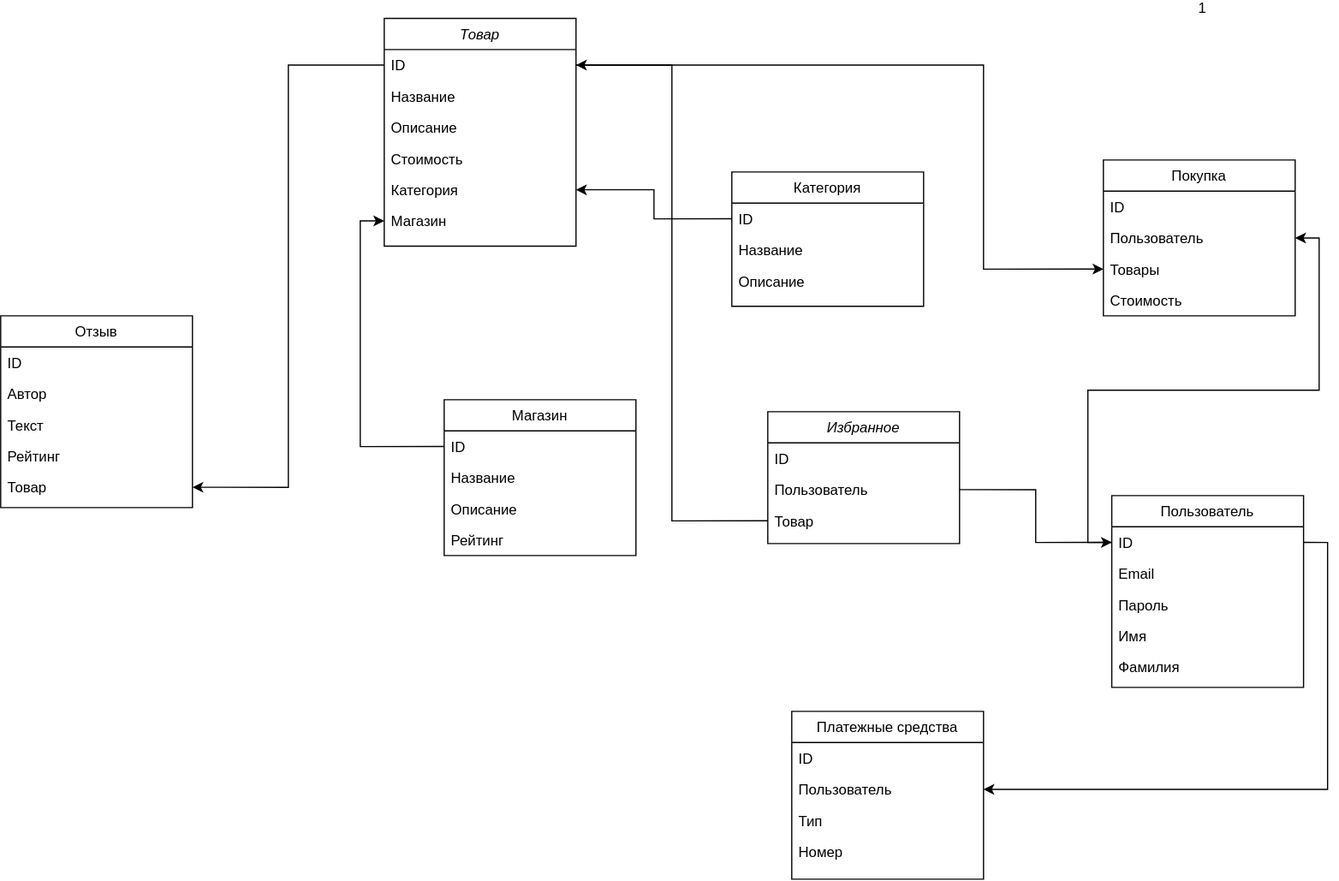
The draw.io diagram img/db_log.svg in 23-yo-designer-from-san-francisco/highload_aliexpress, before a commit. Source tidied: cells renumbered, new cells last; positions are measured from the earlier drawing's top-left corner, leaving out a move shared by most shapes. The source it was exported from:
```xml
<mxGraphModel>
  <root>
    <mxCell id="0" />
    <mxCell id="1" parent="0" />
    <mxCell id="2" value="Товар" style="swimlane;fontStyle=2;align=center;verticalAlign=top;horizontal=1;startSize=26;rounded=0;shadow=0;strokeWidth=1;" parent="1" vertex="1">
      <mxGeometry x="320" y="-0.2" width="160" height="190" as="geometry" />
    </mxCell>
    <mxCell id="3" value="ID" style="text;align=left;verticalAlign=top;spacingLeft=4;spacingRight=4;overflow=hidden;points=[[0,0.5],[1,0.5]];portConstraint=eastwest;" parent="2" vertex="1">
      <mxGeometry y="26" width="160" height="26" as="geometry" />
    </mxCell>
    <mxCell id="4" value="Название" style="text;align=left;verticalAlign=top;spacingLeft=4;spacingRight=4;overflow=hidden;rounded=0;shadow=0;html=0;" parent="2" vertex="1">
      <mxGeometry y="52" width="160" height="26" as="geometry" />
    </mxCell>
    <mxCell id="5" value="Описание" style="text;align=left;verticalAlign=top;spacingLeft=4;spacingRight=4;overflow=hidden;rounded=0;shadow=0;html=0;" parent="2" vertex="1">
      <mxGeometry y="78" width="160" height="26" as="geometry" />
    </mxCell>
    <mxCell id="6" value="Стоимость" style="text;align=left;verticalAlign=top;spacingLeft=4;spacingRight=4;overflow=hidden;rounded=0;shadow=0;html=0;" parent="2" vertex="1">
      <mxGeometry y="104" width="160" height="26" as="geometry" />
    </mxCell>
    <mxCell id="7" value="Категория" style="text;align=left;verticalAlign=top;spacingLeft=4;spacingRight=4;overflow=hidden;points=[[0,0.5],[1,0.5]];portConstraint=eastwest;rounded=0;shadow=0;html=0;" parent="2" vertex="1">
      <mxGeometry y="130" width="160" height="26" as="geometry" />
    </mxCell>
    <mxCell id="8" value="Магазин" style="text;align=left;verticalAlign=top;spacingLeft=4;spacingRight=4;overflow=hidden;points=[[0,0.5],[1,0.5]];portConstraint=eastwest;rounded=0;shadow=0;html=0;" parent="2" vertex="1">
      <mxGeometry y="156" width="160" height="26" as="geometry" />
    </mxCell>
    <mxCell id="9" value="Отзыв" style="swimlane;fontStyle=0;align=center;verticalAlign=top;horizontal=1;startSize=26;rounded=0;shadow=0;strokeWidth=1;" parent="1" vertex="1">
      <mxGeometry y="248" width="160" height="160" as="geometry" />
    </mxCell>
    <mxCell id="10" value="ID" style="text;align=left;verticalAlign=top;spacingLeft=4;spacingRight=4;overflow=hidden;" parent="9" vertex="1">
      <mxGeometry y="26" width="160" height="26" as="geometry" />
    </mxCell>
    <mxCell id="11" value="Автор" style="text;align=left;verticalAlign=top;spacingLeft=4;spacingRight=4;overflow=hidden;rounded=0;shadow=0;html=0;" parent="9" vertex="1">
      <mxGeometry y="52" width="160" height="26" as="geometry" />
    </mxCell>
    <mxCell id="12" value="Текст" style="text;align=left;verticalAlign=top;spacingLeft=4;spacingRight=4;overflow=hidden;rounded=0;shadow=0;html=0;" parent="9" vertex="1">
      <mxGeometry y="78" width="160" height="26" as="geometry" />
    </mxCell>
    <mxCell id="13" value="Рейтинг" style="text;align=left;verticalAlign=top;spacingLeft=4;spacingRight=4;overflow=hidden;rounded=0;shadow=0;html=0;" parent="9" vertex="1">
      <mxGeometry y="104" width="160" height="26" as="geometry" />
    </mxCell>
    <mxCell id="14" value="Товар" style="text;align=left;verticalAlign=top;spacingLeft=4;spacingRight=4;overflow=hidden;points=[[0,0.5],[1,0.5]];portConstraint=eastwest;rounded=0;shadow=0;html=0;" parent="9" vertex="1">
      <mxGeometry y="130" width="160" height="26" as="geometry" />
    </mxCell>
    <mxCell id="15" value="Категория" style="swimlane;fontStyle=0;align=center;verticalAlign=top;horizontal=1;startSize=26;rounded=0;shadow=0;strokeWidth=1;" parent="1" vertex="1">
      <mxGeometry x="610" y="128" width="160" height="112" as="geometry" />
    </mxCell>
    <mxCell id="16" value="ID" style="text;align=left;verticalAlign=top;spacingLeft=4;spacingRight=4;overflow=hidden;points=[[0,0.5],[1,0.5]];portConstraint=eastwest;" parent="15" vertex="1">
      <mxGeometry y="26" width="160" height="26" as="geometry" />
    </mxCell>
    <mxCell id="17" value="Название" style="text;align=left;verticalAlign=top;spacingLeft=4;spacingRight=4;overflow=hidden;" parent="15" vertex="1">
      <mxGeometry y="52" width="160" height="26" as="geometry" />
    </mxCell>
    <mxCell id="18" value="Описание" style="text;align=left;verticalAlign=top;spacingLeft=4;spacingRight=4;overflow=hidden;" parent="15" vertex="1">
      <mxGeometry y="78" width="160" height="26" as="geometry" />
    </mxCell>
    <mxCell id="19" value="Пользователь" style="swimlane;fontStyle=0;align=center;verticalAlign=top;horizontal=1;startSize=26;rounded=0;shadow=0;strokeWidth=1;" parent="1" vertex="1">
      <mxGeometry x="927" y="398" width="160" height="160" as="geometry" />
    </mxCell>
    <mxCell id="20" value="ID" style="text;align=left;verticalAlign=top;spacingLeft=4;spacingRight=4;overflow=hidden;points=[[0,0.5],[1,0.5]];portConstraint=eastwest;" parent="19" vertex="1">
      <mxGeometry y="26" width="160" height="26" as="geometry" />
    </mxCell>
    <mxCell id="21" value="Email" style="text;align=left;verticalAlign=top;spacingLeft=4;spacingRight=4;overflow=hidden;" parent="19" vertex="1">
      <mxGeometry y="52" width="160" height="26" as="geometry" />
    </mxCell>
    <mxCell id="22" value="Пароль" style="text;align=left;verticalAlign=top;spacingLeft=4;spacingRight=4;overflow=hidden;" parent="19" vertex="1">
      <mxGeometry y="78" width="160" height="26" as="geometry" />
    </mxCell>
    <mxCell id="23" value="Имя" style="text;align=left;verticalAlign=top;spacingLeft=4;spacingRight=4;overflow=hidden;" parent="19" vertex="1">
      <mxGeometry y="104" width="160" height="26" as="geometry" />
    </mxCell>
    <mxCell id="24" value="Фамилия" style="text;align=left;verticalAlign=top;spacingLeft=4;spacingRight=4;overflow=hidden;" parent="19" vertex="1">
      <mxGeometry y="130" width="160" height="26" as="geometry" />
    </mxCell>
    <mxCell id="25" value="Платежные средства" style="swimlane;fontStyle=0;align=center;verticalAlign=top;horizontal=1;startSize=26;rounded=0;shadow=0;strokeWidth=1;" parent="1" vertex="1">
      <mxGeometry x="660" y="578" width="160" height="140" as="geometry" />
    </mxCell>
    <mxCell id="26" value="ID" style="text;align=left;verticalAlign=top;spacingLeft=4;spacingRight=4;overflow=hidden;" parent="25" vertex="1">
      <mxGeometry y="26" width="160" height="26" as="geometry" />
    </mxCell>
    <mxCell id="27" value="Пользователь" style="text;align=left;verticalAlign=top;spacingLeft=4;spacingRight=4;overflow=hidden;points=[[0,0.5],[1,0.5]];portConstraint=eastwest;" parent="25" vertex="1">
      <mxGeometry y="52" width="160" height="26" as="geometry" />
    </mxCell>
    <mxCell id="28" value="Тип" style="text;align=left;verticalAlign=top;spacingLeft=4;spacingRight=4;overflow=hidden;" parent="25" vertex="1">
      <mxGeometry y="78" width="160" height="26" as="geometry" />
    </mxCell>
    <mxCell id="29" value="Номер" style="text;align=left;verticalAlign=top;spacingLeft=4;spacingRight=4;overflow=hidden;" parent="25" vertex="1">
      <mxGeometry y="104" width="160" height="26" as="geometry" />
    </mxCell>
    <mxCell id="30" value="1" style="align=right;verticalAlign=bottom;labelBackgroundColor=none;fontSize=12;" parent="1" vertex="1">
      <mxGeometry x="1007" y="-0.2" as="geometry" />
    </mxCell>
    <mxCell id="31" value="Магазин" style="swimlane;fontStyle=0;align=center;verticalAlign=top;horizontal=1;startSize=26;rounded=0;shadow=0;strokeWidth=1;" parent="1" vertex="1">
      <mxGeometry x="370" y="318" width="160" height="130" as="geometry" />
    </mxCell>
    <mxCell id="32" value="ID" style="text;align=left;verticalAlign=top;spacingLeft=4;spacingRight=4;overflow=hidden;points=[[0,0.5],[1,0.5]];portConstraint=eastwest;" parent="31" vertex="1">
      <mxGeometry y="26" width="160" height="26" as="geometry" />
    </mxCell>
    <mxCell id="33" value="Название" style="text;align=left;verticalAlign=top;spacingLeft=4;spacingRight=4;overflow=hidden;rounded=0;shadow=0;html=0;" parent="31" vertex="1">
      <mxGeometry y="52" width="160" height="26" as="geometry" />
    </mxCell>
    <mxCell id="34" value="Описание" style="text;align=left;verticalAlign=top;spacingLeft=4;spacingRight=4;overflow=hidden;rounded=0;shadow=0;html=0;" parent="31" vertex="1">
      <mxGeometry y="78" width="160" height="26" as="geometry" />
    </mxCell>
    <mxCell id="35" value="Рейтинг" style="text;align=left;verticalAlign=top;spacingLeft=4;spacingRight=4;overflow=hidden;rounded=0;shadow=0;html=0;" parent="31" vertex="1">
      <mxGeometry y="104" width="160" height="26" as="geometry" />
    </mxCell>
    <mxCell id="36" style="edgeStyle=orthogonalEdgeStyle;rounded=0;jettySize=auto;html=1;exitX=0;exitY=0.5;exitDx=0;exitDy=0;entryX=0;entryY=0.5;entryDx=0;entryDy=0;" parent="1" edge="1" source="32" target="8">
      <mxGeometry relative="1" as="geometry" />
    </mxCell>
    <mxCell id="37" style="edgeStyle=orthogonalEdgeStyle;rounded=0;jettySize=auto;html=1;exitX=0;exitY=0.5;exitDx=0;exitDy=0;entryX=1;entryY=0.5;entryDx=0;entryDy=0;" parent="1" edge="1" source="3" target="14">
      <mxGeometry relative="1" as="geometry" />
    </mxCell>
    <mxCell id="38" style="edgeStyle=orthogonalEdgeStyle;rounded=0;jettySize=auto;html=1;exitX=0;exitY=0.5;exitDx=0;exitDy=0;entryX=1;entryY=0.5;entryDx=0;entryDy=0;" parent="1" edge="1" source="16" target="7">
      <mxGeometry relative="1" as="geometry" />
    </mxCell>
    <mxCell id="39" value="Покупка" style="swimlane;fontStyle=0;align=center;verticalAlign=top;horizontal=1;startSize=26;rounded=0;shadow=0;strokeWidth=1;" parent="1" vertex="1">
      <mxGeometry x="920" y="118" width="160" height="130" as="geometry" />
    </mxCell>
    <mxCell id="40" value="ID" style="text;align=left;verticalAlign=top;spacingLeft=4;spacingRight=4;overflow=hidden;" parent="39" vertex="1">
      <mxGeometry y="26" width="160" height="26" as="geometry" />
    </mxCell>
    <mxCell id="41" value="Пользователь" style="text;align=left;verticalAlign=top;spacingLeft=4;spacingRight=4;overflow=hidden;points=[[0,0.5],[1,0.5]];portConstraint=eastwest;" parent="39" vertex="1">
      <mxGeometry y="52" width="160" height="26" as="geometry" />
    </mxCell>
    <mxCell id="42" value="Товары" style="text;align=left;verticalAlign=top;spacingLeft=4;spacingRight=4;overflow=hidden;points=[[0,0.5],[1,0.5]];portConstraint=eastwest;" parent="39" vertex="1">
      <mxGeometry y="78" width="160" height="26" as="geometry" />
    </mxCell>
    <mxCell id="43" value="Стоимость" style="text;align=left;verticalAlign=top;spacingLeft=4;spacingRight=4;overflow=hidden;" parent="39" vertex="1">
      <mxGeometry y="104" width="160" height="26" as="geometry" />
    </mxCell>
    <mxCell id="44" style="edgeStyle=orthogonalEdgeStyle;rounded=0;jettySize=auto;html=1;exitX=0;exitY=0.5;exitDx=0;exitDy=0;entryX=1;entryY=0.5;entryDx=0;entryDy=0;" parent="1" edge="1" source="20" target="41">
      <mxGeometry relative="1" as="geometry" />
    </mxCell>
    <mxCell id="45" style="edgeStyle=orthogonalEdgeStyle;rounded=0;jettySize=auto;html=1;exitX=1;exitY=0.5;exitDx=0;exitDy=0;entryX=0;entryY=0.5;entryDx=0;entryDy=0;" parent="1" edge="1" source="3" target="42">
      <mxGeometry relative="1" as="geometry">
        <Array as="points">
          <mxPoint x="820" y="39" />
          <mxPoint x="820" y="209" />
        </Array>
      </mxGeometry>
    </mxCell>
    <mxCell id="46" style="edgeStyle=orthogonalEdgeStyle;rounded=0;jettySize=auto;html=1;exitX=1;exitY=0.5;exitDx=0;exitDy=0;" parent="1" edge="1" source="20" target="27">
      <mxGeometry relative="1" as="geometry" />
    </mxCell>
    <mxCell id="47" value="Избранное" style="swimlane;fontStyle=2;align=center;verticalAlign=top;horizontal=1;startSize=26;rounded=0;shadow=0;strokeWidth=1;" parent="1" vertex="1">
      <mxGeometry x="640" y="328" width="160" height="110" as="geometry" />
    </mxCell>
    <mxCell id="48" value="ID" style="text;align=left;verticalAlign=top;spacingLeft=4;spacingRight=4;overflow=hidden;" parent="47" vertex="1">
      <mxGeometry y="26" width="160" height="26" as="geometry" />
    </mxCell>
    <mxCell id="49" value="Пользователь" style="text;align=left;verticalAlign=top;spacingLeft=4;spacingRight=4;overflow=hidden;points=[[0,0.5],[1,0.5]];portConstraint=eastwest;rounded=0;shadow=0;html=0;" parent="47" vertex="1">
      <mxGeometry y="52" width="160" height="26" as="geometry" />
    </mxCell>
    <mxCell id="50" value="Товар" style="text;align=left;verticalAlign=top;spacingLeft=4;spacingRight=4;overflow=hidden;points=[[0,0.5],[1,0.5]];portConstraint=eastwest;rounded=0;shadow=0;html=0;" parent="47" vertex="1">
      <mxGeometry y="78" width="160" height="26" as="geometry" />
    </mxCell>
    <mxCell id="51" style="edgeStyle=orthogonalEdgeStyle;rounded=0;jettySize=auto;html=1;exitX=1;exitY=0.5;exitDx=0;exitDy=0;entryX=0;entryY=0.5;entryDx=0;entryDy=0;" parent="1" edge="1" source="49" target="20">
      <mxGeometry relative="1" as="geometry" />
    </mxCell>
    <mxCell id="52" style="edgeStyle=orthogonalEdgeStyle;rounded=0;jettySize=auto;html=1;exitX=0;exitY=0.5;exitDx=0;exitDy=0;entryX=1;entryY=0.5;entryDx=0;entryDy=0;" parent="1" edge="1" source="50" target="3">
      <mxGeometry relative="1" as="geometry" />
    </mxCell>
  </root>
</mxGraphModel>
```
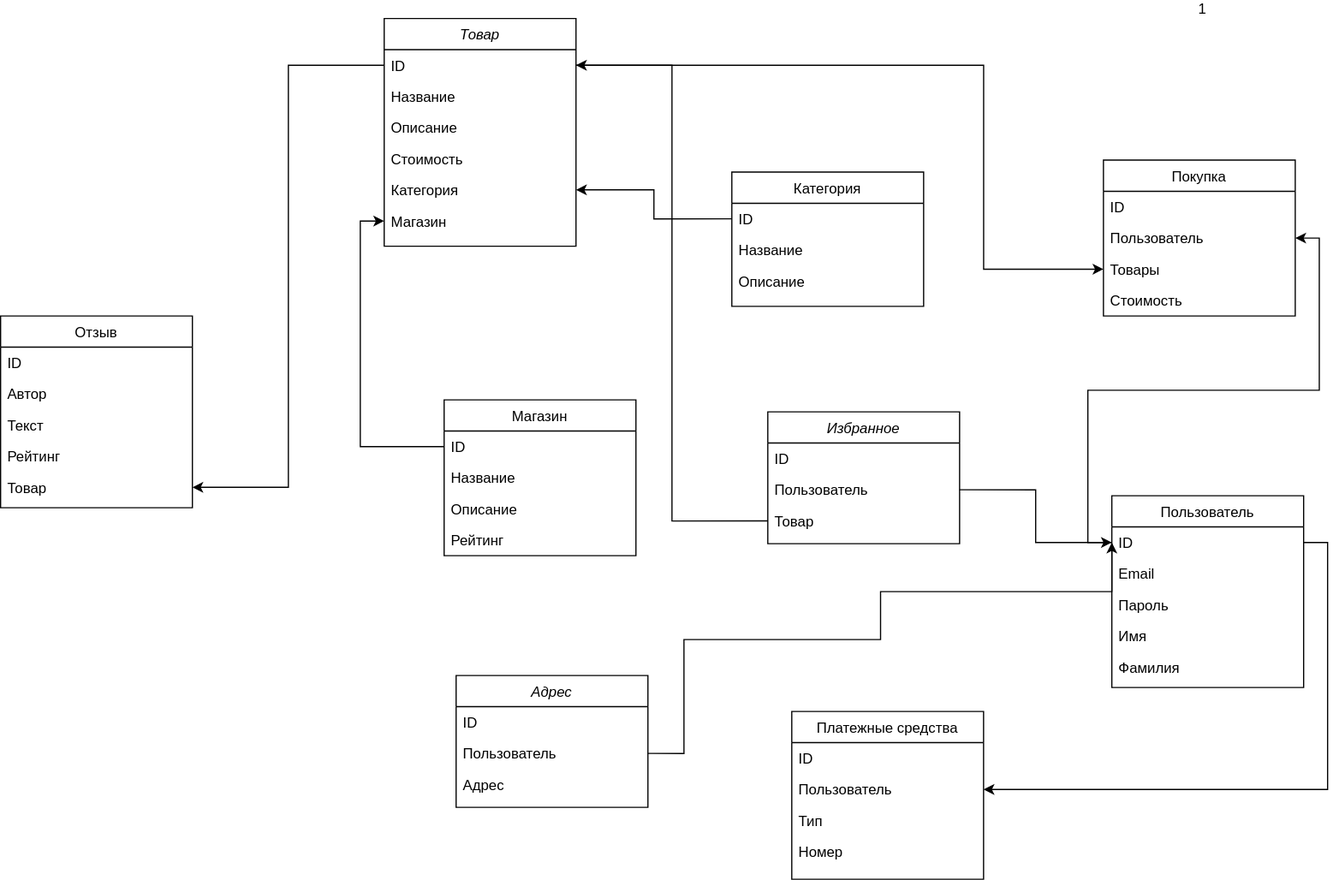
After the commit.

The edit, as a diff of the source:
```diff
@@ -160,5 +160,28 @@
     <mxCell id="52" style="edgeStyle=orthogonalEdgeStyle;rounded=0;jettySize=auto;html=1;exitX=0;exitY=0.5;exitDx=0;exitDy=0;entryX=1;entryY=0.5;entryDx=0;entryDy=0;" parent="1" edge="1" source="50" target="3">
       <mxGeometry relative="1" as="geometry" />
     </mxCell>
+    <mxCell id="53" value="Адрес" style="swimlane;fontStyle=2;align=center;verticalAlign=top;horizontal=1;startSize=26;rounded=0;shadow=0;strokeWidth=1;" parent="1" vertex="1">
+      <mxGeometry x="380" y="548" width="160" height="110" as="geometry" />
+    </mxCell>
+    <mxCell id="54" value="ID" style="text;align=left;verticalAlign=top;spacingLeft=4;spacingRight=4;overflow=hidden;" parent="53" vertex="1">
+      <mxGeometry y="26" width="160" height="26" as="geometry" />
+    </mxCell>
+    <mxCell id="55" value="Пользователь" style="text;align=left;verticalAlign=top;spacingLeft=4;spacingRight=4;overflow=hidden;points=[[0,0.5],[1,0.5]];portConstraint=eastwest;rounded=0;shadow=0;html=0;" parent="53" vertex="1">
+      <mxGeometry y="52" width="160" height="26" as="geometry" />
+    </mxCell>
+    <mxCell id="56" value="Адрес" style="text;align=left;verticalAlign=top;spacingLeft=4;spacingRight=4;overflow=hidden;rounded=0;shadow=0;html=0;" parent="53" vertex="1">
+      <mxGeometry y="78" width="160" height="26" as="geometry" />
+    </mxCell>
+    <mxCell id="57" style="edgeStyle=orthogonalEdgeStyle;rounded=0;jettySize=auto;html=1;exitX=1;exitY=0.5;exitDx=0;exitDy=0;entryX=0;entryY=0.5;entryDx=0;entryDy=0;" parent="1" edge="1" source="55" target="20">
+      <mxGeometry relative="1" as="geometry">
+        <Array as="points">
+          <mxPoint x="570" y="613" />
+          <mxPoint x="570" y="518" />
+          <mxPoint x="734" y="518" />
+          <mxPoint x="734" y="478" />
+          <mxPoint x="927" y="478" />
+        </Array>
+      </mxGeometry>
+    </mxCell>
   </root>
 </mxGraphModel>
```
